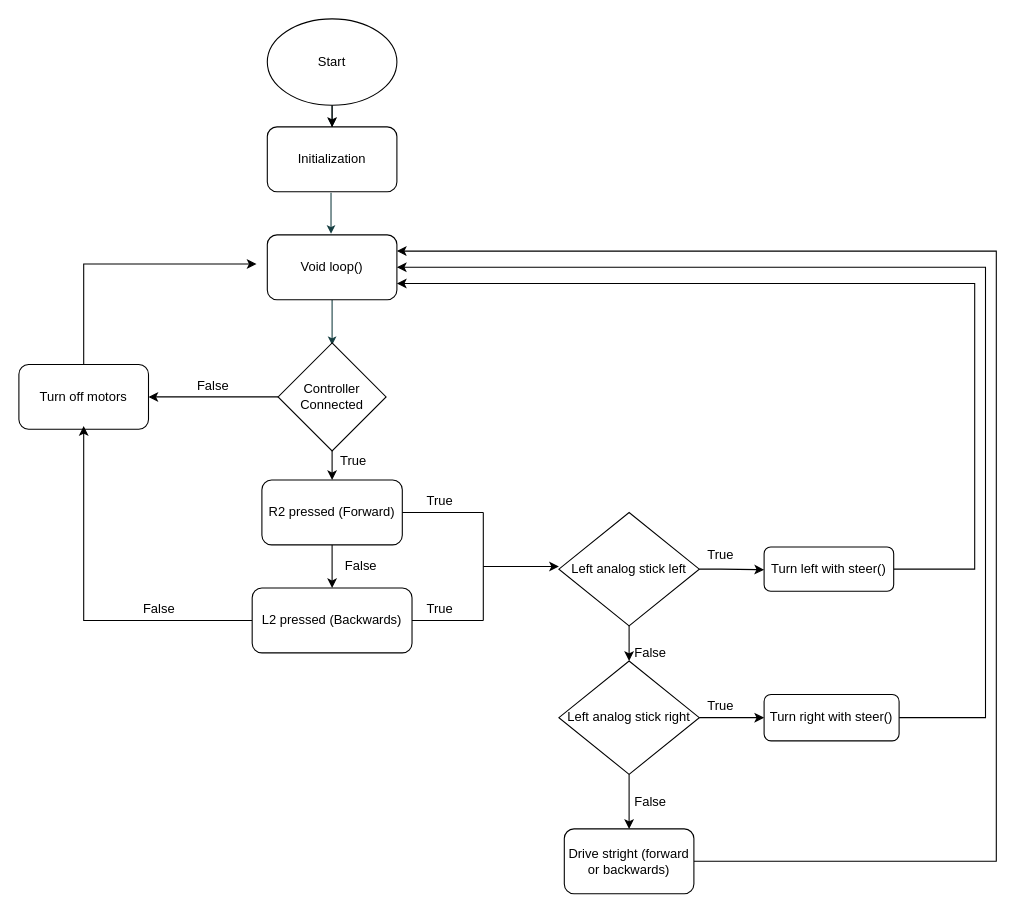
Before: Code_Block_Schematic.drawio in GeorgiStefanov2001/RacingShark, a draw.io diagram. Source tidied: cells renumbered, new cells numbered last; positions are measured from the earlier drawing's top-left corner, leaving out a move shared by most shapes. Both pictures are drawn from the tidied source at 108%, with x=0, y=0 at pixel (18, 18).
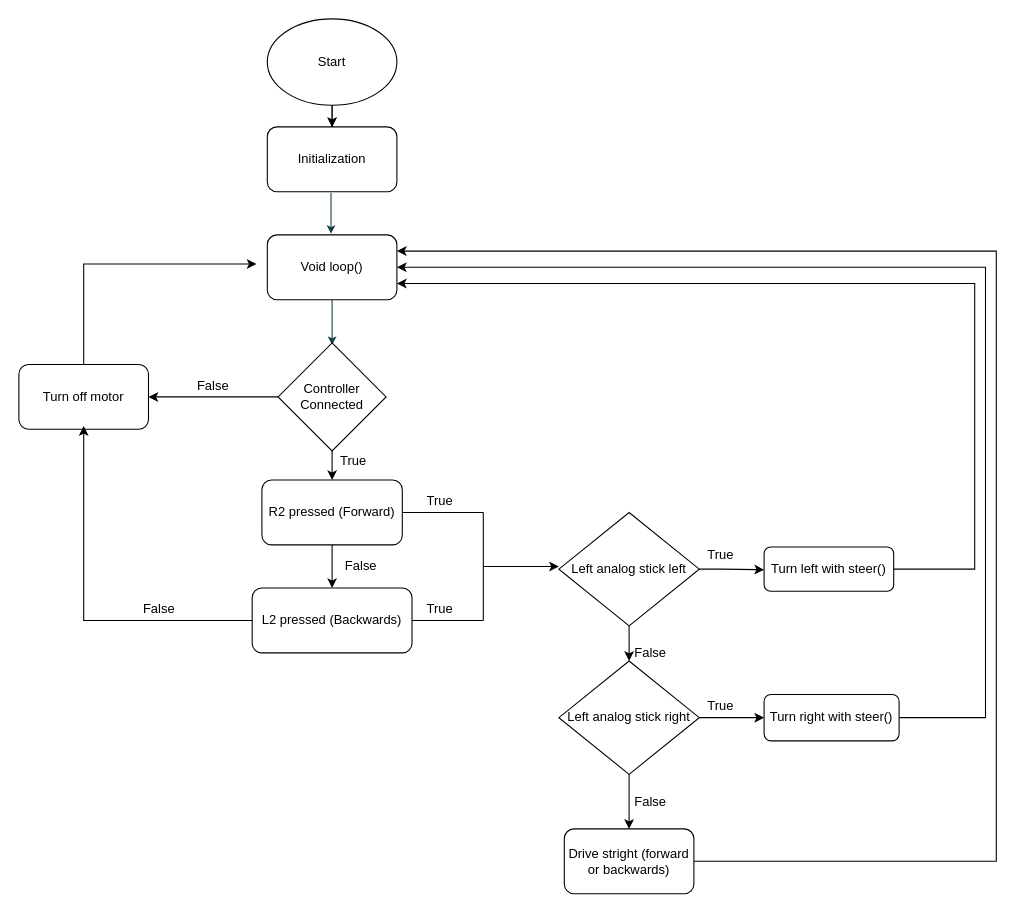
The same diagram, later.

Commit message:
Fixing the block schematic of the source code.

Diff of the diagram source:
```diff
@@
-    <mxCell id="16" value="Turn off motors" style="rounded=1;whiteSpace=wrap;html=1;" parent="1" vertex="1">
+    <mxCell id="16" value="Turn off motor" style="rounded=1;whiteSpace=wrap;html=1;" parent="1" vertex="1">
       <mxGeometry y="320" width="120" height="60" as="geometry" />
     </mxCell>
```
